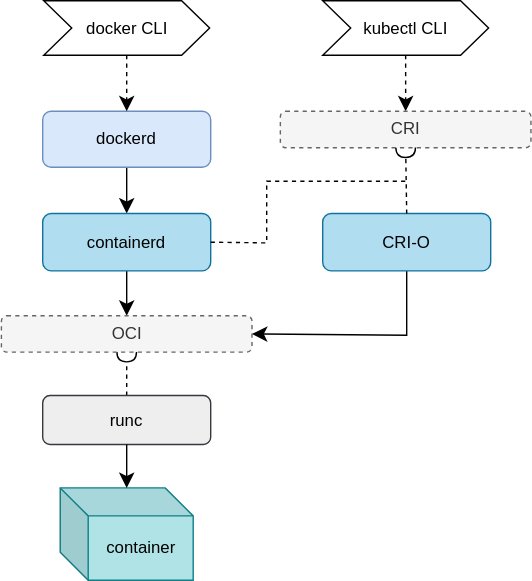
course-go/lectures keeps this draw.io diagram as assets/lecture-08/kubernetes/kubernetes-architecture.svg. Above is the earlier version. Source tidied: cells renumbered, new cells last; positions are measured from the earlier drawing's top-left corner, leaving out a move shared by most shapes.
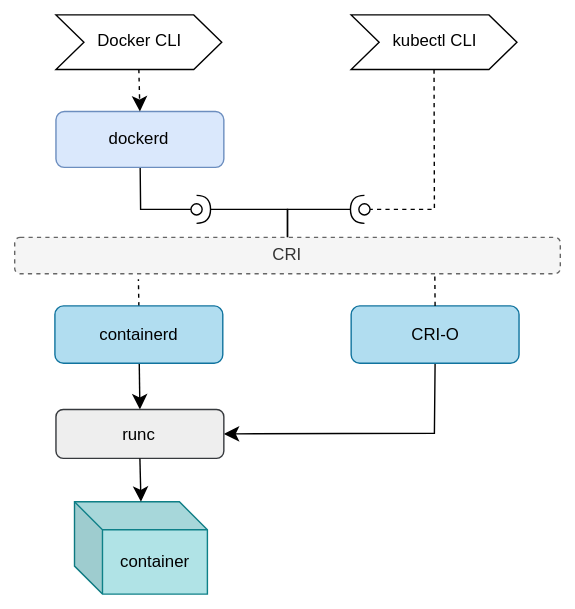
Later version of the same file.

Commit message:
lecture-08: update docker and kubernetes architecture diagrams

The edit, as a diff of the source:
```diff
@@ -2,69 +2,91 @@
   <root>
     <mxCell id="0" />
     <mxCell id="1" parent="0" />
-    <mxCell id="2" style="edgeStyle=none;curved=1;rounded=0;jettySize=auto;html=1;entryX=0.5;entryY=0;entryDx=0;entryDy=0;fontSize=12;startSize=8;endSize=8;" parent="1" edge="1" source="3" target="6">
-      <mxGeometry relative="1" as="geometry" />
-    </mxCell>
+    <mxCell id="13" style="edgeStyle=none;curved=0;rounded=0;jettySize=auto;html=1;exitX=0.5;exitY=1;exitDx=0;exitDy=0;fontSize=12;startSize=8;endSize=8;dashed=1;endArrow=oval;endFill=0;" parent="1" edge="1" source="14">
+      <mxGeometry relative="1" as="geometry">
+        <mxPoint x="210" y="139" as="targetPoint" />
+        <Array as="points">
+          <mxPoint x="260" y="139" />
+        </Array>
+      </mxGeometry>
+    </mxCell>
+    <mxCell id="14" value="kubectl CLI" style="shape=step;perimeter=stepPerimeter;whiteSpace=wrap;html=1;fixedSize=1;" parent="1" vertex="1">
+      <mxGeometry x="200.5" width="118.5" height="39" as="geometry" />
+    </mxCell>
+    <mxCell id="20" style="edgeStyle=none;curved=0;rounded=0;jettySize=auto;html=1;exitX=0.5;exitY=1;exitDx=0;exitDy=0;entryX=1;entryY=0.5;entryDx=0;entryDy=0;fontSize=12;startSize=8;endSize=8;" parent="1" edge="1" source="17" target="8">
+      <mxGeometry relative="1" as="geometry">
+        <Array as="points">
+          <mxPoint x="260" y="299" />
+        </Array>
+      </mxGeometry>
+    </mxCell>
+    <mxCell id="17" value="CRI-O" style="rounded=1;whiteSpace=wrap;html=1;fillColor=#b1ddf0;strokeColor=#10739e;" parent="1" vertex="1">
+      <mxGeometry x="200.5" y="208" width="120" height="41" as="geometry" />
+    </mxCell>
+    <mxCell id="21" style="edgeStyle=none;curved=0;rounded=0;jettySize=auto;html=1;fontSize=12;startSize=8;endSize=8;endArrow=oval;endFill=0;" parent="1" edge="1" source="3">
+      <mxGeometry relative="1" as="geometry">
+        <mxPoint x="90" y="139" as="targetPoint" />
+        <Array as="points">
+          <mxPoint x="50" y="139" />
+        </Array>
+      </mxGeometry>
+    </mxCell>
     <mxCell id="3" value="dockerd" style="rounded=1;whiteSpace=wrap;html=1;fillColor=#dae8fc;strokeColor=#6c8ebf;" parent="1" vertex="1">
-      <mxGeometry x="30" y="79" width="120" height="40" as="geometry" />
+      <mxGeometry x="-10.5" y="69" width="120" height="40" as="geometry" />
     </mxCell>
-    <mxCell id="4" style="edgeStyle=none;curved=1;rounded=0;jettySize=auto;html=1;entryX=0.5;entryY=0;entryDx=0;entryDy=0;fontSize=12;startSize=8;endSize=8;dashed=1;exitX=0.5;exitY=1;exitDx=0;exitDy=0;" parent="1" edge="1" source="12" target="3">
-      <mxGeometry relative="1" as="geometry" />
-    </mxCell>
-    <mxCell id="5" style="edgeStyle=none;curved=1;rounded=0;jettySize=auto;html=1;entryX=0.5;entryY=0;entryDx=0;entryDy=0;fontSize=12;startSize=8;endSize=8;" parent="1" edge="1" source="6" target="9">
-      <mxGeometry relative="1" as="geometry" />
-    </mxCell>
+    <mxCell id="22" style="edgeStyle=none;curved=1;rounded=0;jettySize=auto;html=1;entryX=0.5;entryY=0;entryDx=0;entryDy=0;fontSize=12;startSize=8;endSize=8;dashed=1;exitX=0.5;exitY=1;exitDx=0;exitDy=0;" parent="1" edge="1" source="27" target="3">
+      <mxGeometry relative="1" as="geometry" />
+    </mxCell>
+    <mxCell id="23" style="edgeStyle=none;curved=1;rounded=0;jettySize=auto;html=1;entryX=0.5;entryY=0;entryDx=0;entryDy=0;fontSize=12;startSize=8;endSize=8;" parent="1" edge="1" source="6" target="8">
+      <mxGeometry relative="1" as="geometry" />
+    </mxCell>
+    <mxCell id="24" style="edgeStyle=none;curved=1;rounded=0;jettySize=auto;html=1;exitX=0.5;exitY=0;exitDx=0;exitDy=0;fontSize=12;startSize=8;endSize=8;dashed=1;endArrow=none;endFill=0;" parent="1" edge="1" source="6">
+      <mxGeometry relative="1" as="geometry">
+        <mxPoint x="48.4" y="189" as="targetPoint" />
+      </mxGeometry>
+    </mxCell>
     <mxCell id="6" value="containerd" style="rounded=1;whiteSpace=wrap;html=1;fillColor=#b1ddf0;strokeColor=#10739e;" parent="1" vertex="1">
-      <mxGeometry x="30" y="152" width="120" height="41" as="geometry" />
+      <mxGeometry x="-11.2" y="208" width="120" height="41" as="geometry" />
     </mxCell>
-    <mxCell id="7" style="edgeStyle=none;curved=1;rounded=0;jettySize=auto;html=1;exitX=0.5;exitY=0;exitDx=0;exitDy=0;entryX=0.5;entryY=1;entryDx=0;entryDy=0;fontSize=12;startSize=8;endSize=5;dashed=1;endArrow=halfCircle;endFill=0;" parent="1" edge="1" source="8" target="9">
-      <mxGeometry relative="1" as="geometry" />
-    </mxCell>
     <mxCell id="8" value="runc" style="rounded=1;whiteSpace=wrap;html=1;fillColor=#eeeeee;strokeColor=#36393d;" parent="1" vertex="1">
-      <mxGeometry x="30" y="282" width="120" height="35" as="geometry" />
+      <mxGeometry x="-10.5" y="282" width="120" height="35" as="geometry" />
     </mxCell>
-    <mxCell id="9" value="OCI" style="rounded=1;whiteSpace=wrap;html=1;fillColor=#f5f5f5;strokeColor=#666666;dashed=1;fontColor=#333333;" parent="1" vertex="1">
-      <mxGeometry x="0.5" y="225" width="179" height="26" as="geometry" />
-    </mxCell>
+    <mxCell id="25" style="edgeStyle=none;curved=1;rounded=0;orthogonalLoop=1;jettySize=auto;html=1;fontSize=12;startSize=8;endSize=8;endArrow=halfCircle;endFill=0;" parent="1" edge="1">
+      <mxGeometry relative="1" as="geometry">
+        <mxPoint x="48.8" y="129" as="sourcePoint" />
+        <mxPoint x="49.2" y="129" as="targetPoint" />
+      </mxGeometry>
+    </mxCell>
+    <mxCell id="26" style="edgeStyle=none;curved=0;rounded=0;jettySize=auto;html=1;exitX=0.5;exitY=0;exitDx=0;exitDy=0;fontSize=12;startSize=8;endSize=8;endArrow=halfCircle;endFill=0;" parent="1" edge="1" source="15">
+      <mxGeometry relative="1" as="geometry">
+        <mxPoint x="90" y="139" as="targetPoint" />
+        <Array as="points">
+          <mxPoint x="155" y="139" />
+        </Array>
+      </mxGeometry>
+    </mxCell>
+    <mxCell id="15" value="CRI" style="rounded=1;whiteSpace=wrap;html=1;fillColor=#f5f5f5;strokeColor=#666666;dashed=1;fontColor=#333333;" parent="1" vertex="1">
+      <mxGeometry x="-40" y="159" width="390" height="26" as="geometry" />
+    </mxCell>
     <mxCell id="10" value="container" style="shape=cube;whiteSpace=wrap;html=1;boundedLbl=1;backgroundOutline=1;darkOpacity=0.05;darkOpacity2=0.1;fillColor=#b0e3e6;strokeColor=#0e8088;" parent="1" vertex="1">
-      <mxGeometry x="42.5" y="348" width="95" height="66" as="geometry" />
+      <mxGeometry x="2.8" y="348" width="95" height="66" as="geometry" />
     </mxCell>
     <mxCell id="11" style="edgeStyle=none;curved=1;rounded=0;jettySize=auto;html=1;exitX=0.5;exitY=1;exitDx=0;exitDy=0;entryX=0.5;entryY=0;entryDx=0;entryDy=0;entryPerimeter=0;fontSize=12;startSize=8;endSize=8;" parent="1" edge="1" source="8" target="10">
       <mxGeometry relative="1" as="geometry" />
     </mxCell>
-    <mxCell id="12" value="docker CLI" style="shape=step;perimeter=stepPerimeter;whiteSpace=wrap;html=1;fixedSize=1;" parent="1" vertex="1">
-      <mxGeometry x="30.8" width="118.5" height="39" as="geometry" />
-    </mxCell>
-    <mxCell id="13" style="edgeStyle=none;curved=1;rounded=0;jettySize=auto;html=1;exitX=0.5;exitY=1;exitDx=0;exitDy=0;entryX=0.5;entryY=0;entryDx=0;entryDy=0;fontSize=12;startSize=8;endSize=8;dashed=1;" parent="1" edge="1" source="14" target="15">
-      <mxGeometry relative="1" as="geometry" />
-    </mxCell>
-    <mxCell id="14" value="kubectl CLI" style="shape=step;perimeter=stepPerimeter;whiteSpace=wrap;html=1;fixedSize=1;" parent="1" vertex="1">
-      <mxGeometry x="230" width="118.5" height="39" as="geometry" />
-    </mxCell>
-    <mxCell id="15" value="CRI" style="rounded=1;whiteSpace=wrap;html=1;fillColor=#f5f5f5;strokeColor=#666666;dashed=1;fontColor=#333333;" parent="1" vertex="1">
-      <mxGeometry x="199.8" y="79" width="179" height="26" as="geometry" />
-    </mxCell>
-    <mxCell id="16" style="edgeStyle=none;curved=0;rounded=0;jettySize=auto;html=1;entryX=1;entryY=0.5;entryDx=0;entryDy=0;fontSize=12;startSize=8;endSize=8;" parent="1" edge="1" source="17" target="9">
-      <mxGeometry relative="1" as="geometry">
-        <Array as="points">
-          <mxPoint x="290" y="239" />
-        </Array>
-      </mxGeometry>
-    </mxCell>
-    <mxCell id="17" value="CRI-O" style="rounded=1;whiteSpace=wrap;html=1;fillColor=#b1ddf0;strokeColor=#10739e;" parent="1" vertex="1">
-      <mxGeometry x="230" y="152" width="120" height="41" as="geometry" />
-    </mxCell>
+    <mxCell id="27" value="Docker CLI" style="shape=step;perimeter=stepPerimeter;whiteSpace=wrap;html=1;fixedSize=1;" parent="1" vertex="1">
+      <mxGeometry x="-10.5" width="118.5" height="39" as="geometry" />
+    </mxCell>
+    <mxCell id="28" style="edgeStyle=none;curved=0;rounded=0;jettySize=auto;html=1;exitX=0.5;exitY=0;exitDx=0;exitDy=0;fontSize=12;startSize=8;endSize=8;endArrow=halfCircle;endFill=0;" parent="1" edge="1" source="15">
+      <mxGeometry relative="1" as="geometry">
+        <mxPoint x="210" y="139" as="targetPoint" />
+        <Array as="points">
+          <mxPoint x="155" y="139" />
+        </Array>
+      </mxGeometry>
+    </mxCell>
-    <mxCell id="18" style="edgeStyle=none;curved=1;rounded=0;jettySize=auto;html=1;exitX=0.5;exitY=0;exitDx=0;exitDy=0;entryX=0.5;entryY=1;entryDx=0;entryDy=0;fontSize=12;startSize=8;endSize=5;dashed=1;endArrow=halfCircle;endFill=0;" parent="1" edge="1" source="17" target="15">
+    <mxCell id="18" style="edgeStyle=none;curved=0;rounded=0;jettySize=auto;html=1;exitX=0.5;exitY=0;exitDx=0;exitDy=0;entryX=0.77;entryY=1.009;entryDx=0;entryDy=0;entryPerimeter=0;fontSize=12;startSize=8;endSize=8;dashed=1;endArrow=none;endFill=0;" parent="1" edge="1" source="17" target="15">
       <mxGeometry relative="1" as="geometry" />
     </mxCell>
-    <mxCell id="19" style="edgeStyle=none;curved=0;rounded=0;jettySize=auto;html=1;exitX=1;exitY=0.5;exitDx=0;exitDy=0;fontSize=12;startSize=8;endSize=5;dashed=1;endArrow=none;endFill=0;" parent="1" edge="1" source="6">
-      <mxGeometry relative="1" as="geometry">
-        <mxPoint x="290" y="129" as="targetPoint" />
-        <Array as="points">
-          <mxPoint x="190" y="173" />
-          <mxPoint x="190" y="129" />
-        </Array>
-      </mxGeometry>
-    </mxCell>
   </root>
 </mxGraphModel>
```
